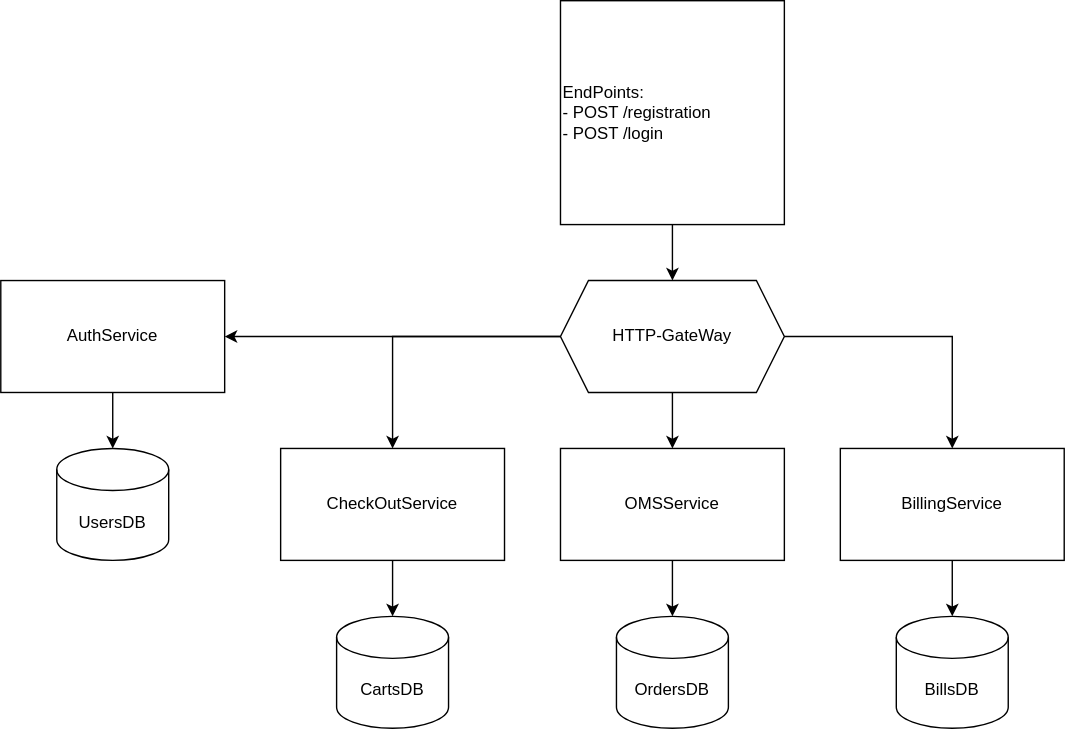
Earlier version of the draw.io export documents/arch.drawio.svg (offluck/shopper). Source tidied: cells renumbered, new cells last; positions are measured from the earlier drawing's top-left corner, leaving out a move shared by most shapes.
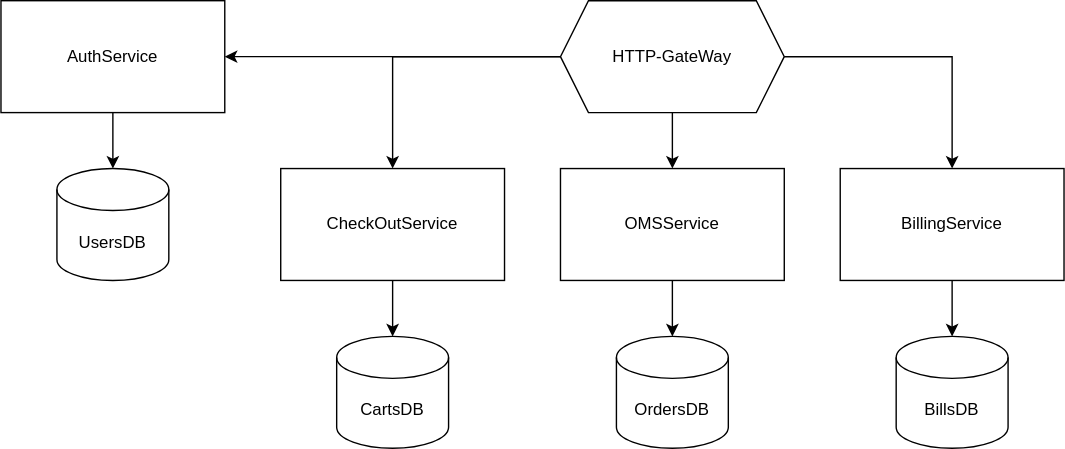
The same file after the commit.

Change to the diagram source:
```diff
@@ -11,12 +11,6 @@
     <mxCell id="4" value="BillsDB" style="shape=cylinder3;whiteSpace=wrap;html=1;boundedLbl=1;backgroundOutline=1;size=15;" parent="1" vertex="1">
       <mxGeometry x="640" y="440" width="80" height="80" as="geometry" />
     </mxCell>
-    <mxCell id="5" style="edgeStyle=orthogonalEdgeStyle;rounded=0;jettySize=auto;html=1;entryX=0.5;entryY=0;entryDx=0;entryDy=0;" parent="1" edge="1" source="6" target="16">
-      <mxGeometry relative="1" as="geometry" />
-    </mxCell>
-    <mxCell id="6" value="EndPoints:&lt;br&gt;- POST /registration&lt;br&gt;- POST /login" style="whiteSpace=wrap;html=1;align=left;" parent="1" vertex="1">
-      <mxGeometry x="400" width="160" height="160" as="geometry" />
-    </mxCell>
     <mxCell id="7" value="AuthService" style="rounded=0;whiteSpace=wrap;html=1;" parent="1" vertex="1">
       <mxGeometry y="200" width="160" height="80" as="geometry" />
     </mxCell>
```
